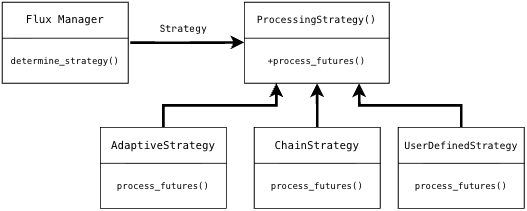
Earlier version of the draw.io export paper/figures/strategy_pattern_chart.drawio.png (Q-CAD/MatEnsemble). Source tidied: cells renumbered, new cells last; positions are measured from the earlier drawing's top-left corner, leaving out a move shared by most shapes.
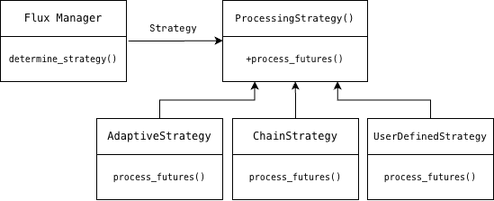
The same diagram one commit later.

Change to the diagram source:
```diff
@@ -9,33 +9,33 @@
       <mxGeometry y="40" width="161" height="50" as="geometry" />
     </mxCell>
     <mxCell id="4" value="&lt;pre&gt;AdaptiveStrategy&lt;/pre&gt;" style="swimlane;fontStyle=0;horizontal=1;startSize=40;whiteSpace=wrap;html=1;labelBackgroundColor=none;rounded=0;" parent="1" vertex="1">
-      <mxGeometry x="109" y="139" width="140" height="90" as="geometry" />
+      <mxGeometry x="129" y="131" width="140" height="90" as="geometry" />
     </mxCell>
     <mxCell id="5" value="&lt;pre&gt;&lt;font style=&quot;font-size: 10px;&quot;&gt;process_futures()&lt;/font&gt;&lt;/pre&gt;" style="text;strokeColor=none;fillColor=none;align=center;verticalAlign=middle;spacingLeft=4;spacingRight=4;overflow=hidden;whiteSpace=wrap;html=1;labelBackgroundColor=none;rounded=0;" parent="4" vertex="1">
       <mxGeometry y="40" width="140" height="50" as="geometry" />
     </mxCell>
     <mxCell id="6" value="&lt;pre&gt;ChainStrategy&lt;/pre&gt;" style="swimlane;fontStyle=0;horizontal=1;startSize=40;whiteSpace=wrap;html=1;labelBackgroundColor=none;rounded=0;" parent="1" vertex="1">
-      <mxGeometry x="280" y="139" width="140" height="90" as="geometry" />
+      <mxGeometry x="280" y="131" width="140" height="90" as="geometry" />
     </mxCell>
     <mxCell id="7" value="&lt;pre&gt;&lt;font style=&quot;font-size: 10px;&quot;&gt;process_futures()&lt;/font&gt;&lt;/pre&gt;" style="text;strokeColor=none;fillColor=none;align=center;verticalAlign=middle;spacingLeft=4;spacingRight=4;overflow=hidden;whiteSpace=wrap;html=1;labelBackgroundColor=none;rounded=0;" parent="6" vertex="1">
       <mxGeometry y="40" width="140" height="50" as="geometry" />
     </mxCell>
     <mxCell id="8" value="&lt;pre&gt;&lt;font style=&quot;font-size: 11px;&quot;&gt;UserDefinedStrategy&lt;/font&gt;&lt;/pre&gt;" style="swimlane;fontStyle=0;horizontal=1;startSize=40;whiteSpace=wrap;html=1;labelBackgroundColor=none;rounded=0;" parent="1" vertex="1">
-      <mxGeometry x="440" y="139" width="140" height="90" as="geometry" />
+      <mxGeometry x="430" y="131" width="140" height="90" as="geometry" />
     </mxCell>
     <mxCell id="9" value="&lt;pre&gt;&lt;font style=&quot;font-size: 10px;&quot;&gt;process_futures()&lt;/font&gt;&lt;/pre&gt;" style="text;strokeColor=none;fillColor=none;align=center;verticalAlign=middle;spacingLeft=4;spacingRight=4;overflow=hidden;whiteSpace=wrap;html=1;labelBackgroundColor=none;rounded=0;" parent="8" vertex="1">
       <mxGeometry y="40" width="140" height="50" as="geometry" />
     </mxCell>
-    <mxCell id="10" style="edgeStyle=orthogonalEdgeStyle;rounded=0;jettySize=auto;html=1;exitX=0.5;exitY=0;exitDx=0;exitDy=0;entryX=0.221;entryY=1;entryDx=0;entryDy=0;entryPerimeter=0;strokeWidth=3;labelBackgroundColor=none;fontColor=default;" parent="1" edge="1" source="4" target="3">
+    <mxCell id="10" style="edgeStyle=orthogonalEdgeStyle;rounded=0;jettySize=auto;html=1;exitX=0.5;exitY=0;exitDx=0;exitDy=0;entryX=0.221;entryY=1;entryDx=0;entryDy=0;entryPerimeter=0;strokeWidth=1;labelBackgroundColor=none;fontColor=default;" parent="1" edge="1" source="4" target="3">
       <mxGeometry relative="1" as="geometry" />
     </mxCell>
-    <mxCell id="11" style="edgeStyle=orthogonalEdgeStyle;rounded=0;jettySize=auto;html=1;exitX=0.5;exitY=0;exitDx=0;exitDy=0;entryX=0.793;entryY=1;entryDx=0;entryDy=0;entryPerimeter=0;strokeWidth=3;labelBackgroundColor=none;fontColor=default;" parent="1" edge="1" source="8" target="3">
+    <mxCell id="11" style="edgeStyle=orthogonalEdgeStyle;rounded=0;jettySize=auto;html=1;exitX=0.5;exitY=0;exitDx=0;exitDy=0;entryX=0.793;entryY=1;entryDx=0;entryDy=0;entryPerimeter=0;strokeWidth=1;labelBackgroundColor=none;fontColor=default;" parent="1" edge="1" source="8" target="3">
       <mxGeometry relative="1" as="geometry" />
     </mxCell>
-    <mxCell id="12" style="edgeStyle=orthogonalEdgeStyle;rounded=0;jettySize=auto;html=1;exitX=0.5;exitY=0;exitDx=0;exitDy=0;entryX=0.501;entryY=1;entryDx=0;entryDy=0;entryPerimeter=0;strokeWidth=3;labelBackgroundColor=none;fontColor=default;" parent="1" edge="1" source="6" target="3">
+    <mxCell id="12" style="edgeStyle=orthogonalEdgeStyle;rounded=0;jettySize=auto;html=1;exitX=0.5;exitY=0;exitDx=0;exitDy=0;entryX=0.501;entryY=1;entryDx=0;entryDy=0;entryPerimeter=0;strokeWidth=1;labelBackgroundColor=none;fontColor=default;" parent="1" edge="1" source="6" target="3">
       <mxGeometry relative="1" as="geometry" />
     </mxCell>
-    <mxCell id="13" style="edgeStyle=orthogonalEdgeStyle;rounded=0;jettySize=auto;html=1;entryX=0;entryY=0.25;entryDx=0;entryDy=0;strokeWidth=3;exitX=1.016;exitY=0.099;exitDx=0;exitDy=0;exitPerimeter=0;labelBackgroundColor=none;fontColor=default;" parent="1" edge="1" source="16">
+    <mxCell id="13" style="edgeStyle=orthogonalEdgeStyle;rounded=0;jettySize=auto;html=1;entryX=0;entryY=0.25;entryDx=0;entryDy=0;strokeWidth=1;exitX=1.016;exitY=0.099;exitDx=0;exitDy=0;exitPerimeter=0;labelBackgroundColor=none;fontColor=default;" parent="1" edge="1" source="16">
       <mxGeometry relative="1" as="geometry">
         <mxPoint x="269" y="44.6" as="targetPoint" />
       </mxGeometry>
@@ -46,7 +46,7 @@
       </mxGeometry>
     </mxCell>
     <mxCell id="15" value="&lt;pre&gt;Flux Manager&lt;br&gt;&lt;/pre&gt;" style="swimlane;fontStyle=0;horizontal=1;startSize=40;whiteSpace=wrap;html=1;labelBackgroundColor=none;rounded=0;" parent="1" vertex="1">
-      <mxGeometry width="140" height="90" as="geometry" />
+      <mxGeometry x="22" width="140" height="90" as="geometry" />
     </mxCell>
     <mxCell id="16" value="&lt;pre&gt;&lt;font style=&quot;font-size: 10px;&quot;&gt;determine_strategy()&lt;/font&gt;&lt;/pre&gt;" style="text;strokeColor=none;fillColor=none;align=center;verticalAlign=middle;spacingLeft=4;spacingRight=4;overflow=hidden;points=[[0,0.5],[1,0.5]];portConstraint=eastwest;whiteSpace=wrap;html=1;labelBackgroundColor=none;rounded=0;" parent="15" vertex="1">
       <mxGeometry y="40" width="140" height="50" as="geometry" />
```
